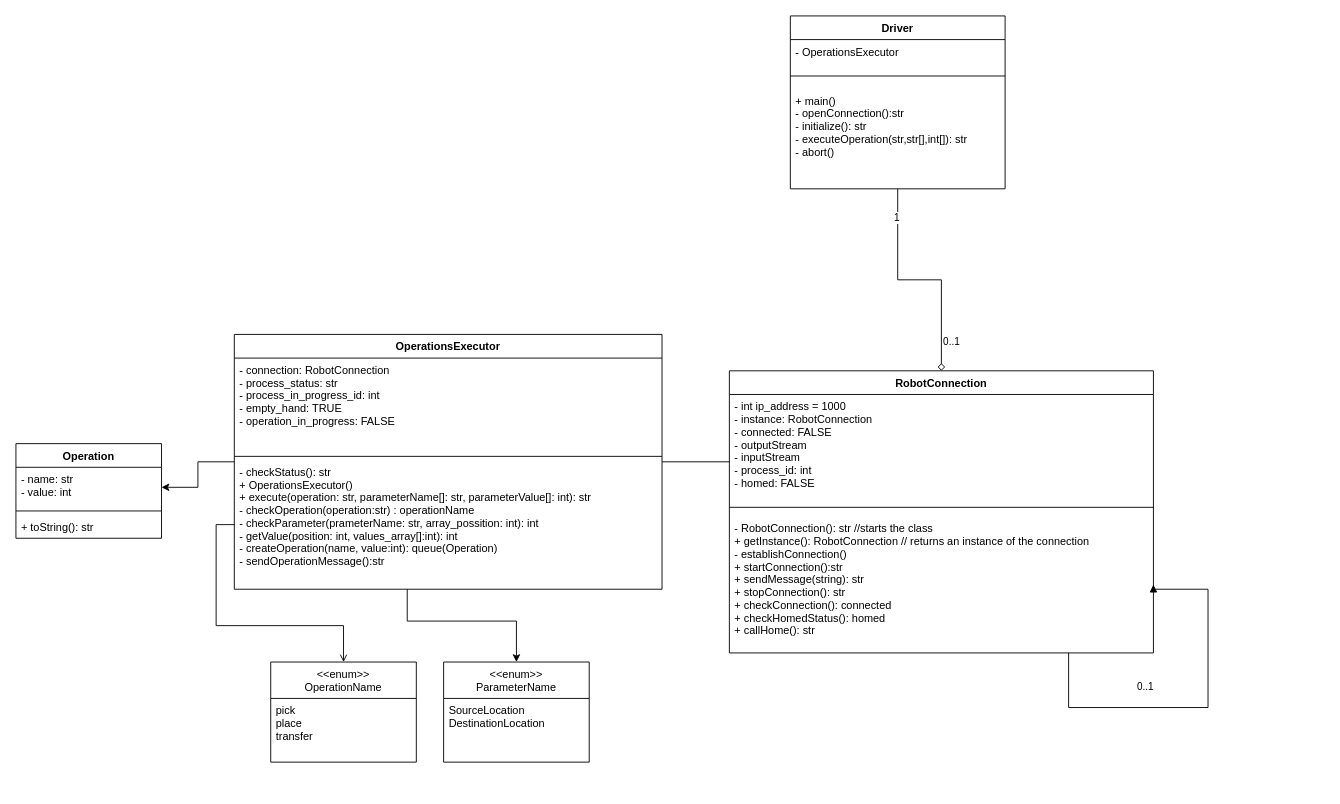
Above: Documentation/Driver Class Diagram.drawio in CristinaRiveraV/MockRobot_Device_Driver (draw.io), before the change. Source tidied: cells renumbered, new cells numbered last; positions are measured from the earlier drawing's top-left corner, leaving out a move shared by most shapes. Both pictures are drawn from the tidied source at 91%, with x=0, y=0 at pixel (15, 15).
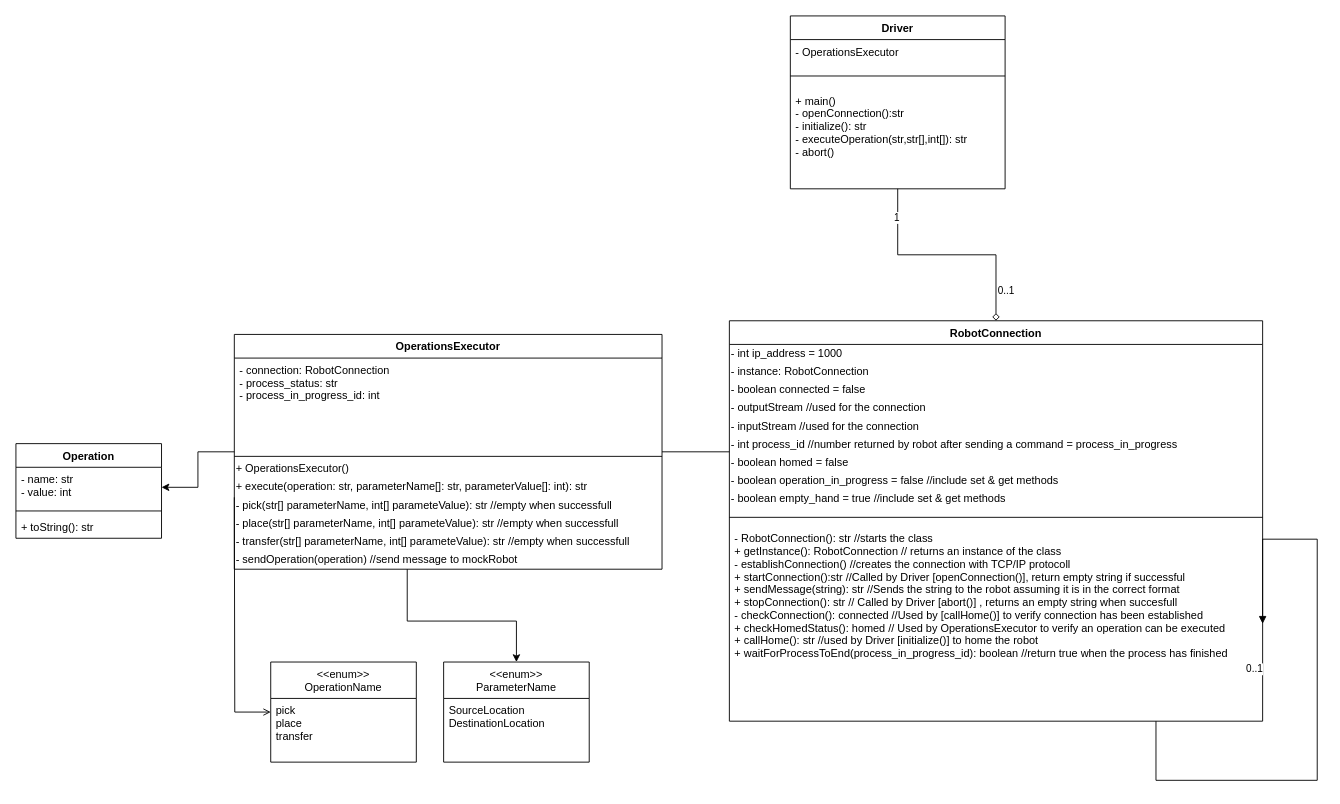
After the change.

The change refers to these unchanged cells:
```xml
<mxCell id="23" value="&lt;&lt;enum&gt;&gt;&#10;OperationName" style="swimlane;fontStyle=0;horizontal=1;startSize=40;fillColor=none;" parent="1" vertex="1">
  <mxGeometry x="280" y="710" width="160" height="110" as="geometry" />
</mxCell>
```

The edit, as a diff of the source:
```diff
@@
     <mxCell id="6" value="RobotConnection" style="swimlane;fontStyle=1;align=center;verticalAlign=top;horizontal=1;startSize=26;" parent="1" vertex="1">
-      <mxGeometry x="784" y="390" width="466" height="310" as="geometry" />
+      <mxGeometry x="784" y="335" width="586" height="440" as="geometry" />
     </mxCell>
-    <mxCell id="7" value="- int ip_address = 1000&#10;- instance: RobotConnection&#10;- connected: FALSE &#10;- outputStream&#10;- inputStream &#10;- process_id: int&#10;- homed: FALSE" style="text;strokeColor=none;fillColor=none;align=left;verticalAlign=top;spacingLeft=4;spacingRight=4;overflow=hidden;" parent="6" vertex="1">
-      <mxGeometry y="26" width="466" height="114" as="geometry" />
-    </mxCell>
+    <mxCell id="31" value="&lt;span style=&quot;&quot;&gt;- int ip_address = 1000&lt;/span&gt;" style="text;html=1;strokeColor=none;fillColor=none;align=left;verticalAlign=middle;whiteSpace=wrap;rounded=0;labelBackgroundColor=none;" parent="6" vertex="1">
+      <mxGeometry y="26" width="586" height="20" as="geometry" />
+    </mxCell>
+    <mxCell id="32" value="&lt;span style=&quot;&quot;&gt;- instance: RobotConnection&lt;/span&gt;" style="text;html=1;strokeColor=none;fillColor=none;align=left;verticalAlign=middle;whiteSpace=wrap;rounded=0;labelBackgroundColor=none;" parent="6" vertex="1">
+      <mxGeometry y="46" width="586" height="20" as="geometry" />
+    </mxCell>
+    <mxCell id="33" value="&lt;span&gt;- boolean connected = false&lt;/span&gt;" style="text;html=1;strokeColor=none;fillColor=none;align=left;verticalAlign=middle;whiteSpace=wrap;rounded=0;labelBackgroundColor=none;" parent="6" vertex="1">
+      <mxGeometry y="66" width="586" height="20" as="geometry" />
+    </mxCell>
+    <mxCell id="34" value="&lt;span&gt;- outputStream //used for the connection&lt;/span&gt;" style="text;html=1;strokeColor=none;fillColor=none;align=left;verticalAlign=middle;whiteSpace=wrap;rounded=0;labelBackgroundColor=none;" parent="6" vertex="1">
+      <mxGeometry y="86" width="586" height="20" as="geometry" />
+    </mxCell>
+    <mxCell id="35" value="&lt;span&gt;- inputStream //used for the connection&lt;/span&gt;" style="text;html=1;strokeColor=none;fillColor=none;align=left;verticalAlign=middle;whiteSpace=wrap;rounded=0;labelBackgroundColor=none;" parent="6" vertex="1">
+      <mxGeometry y="106" width="586" height="20" as="geometry" />
+    </mxCell>
+    <mxCell id="36" value="&lt;span&gt;- int process_id //number returned by robot after sending a command = process_in_progress&lt;/span&gt;" style="text;html=1;strokeColor=none;fillColor=none;align=left;verticalAlign=middle;whiteSpace=wrap;rounded=0;labelBackgroundColor=none;" parent="6" vertex="1">
+      <mxGeometry y="126" width="586" height="20" as="geometry" />
+    </mxCell>
+    <mxCell id="37" value="&lt;span&gt;- boolean homed = false&lt;/span&gt;" style="text;html=1;strokeColor=none;fillColor=none;align=left;verticalAlign=middle;whiteSpace=wrap;rounded=0;labelBackgroundColor=none;" parent="6" vertex="1">
+      <mxGeometry y="146" width="586" height="20" as="geometry" />
+    </mxCell>
+    <mxCell id="38" value="&lt;span&gt;- boolean&amp;nbsp;&lt;/span&gt;&lt;span&gt;operation_in_progress = false //include set &amp;amp; get methods&lt;/span&gt;" style="text;html=1;strokeColor=none;fillColor=none;align=left;verticalAlign=middle;whiteSpace=wrap;rounded=0;labelBackgroundColor=none;" parent="6" vertex="1">
+      <mxGeometry y="166" width="586" height="20" as="geometry" />
+    </mxCell>
+    <mxCell id="39" value="&lt;span&gt;- boolean&amp;nbsp;&lt;/span&gt;empty_hand = true&amp;nbsp;&lt;span&gt;//include set &amp;amp; get methods&lt;/span&gt;" style="text;html=1;strokeColor=none;fillColor=none;align=left;verticalAlign=middle;whiteSpace=wrap;rounded=0;labelBackgroundColor=none;" parent="6" vertex="1">
+      <mxGeometry y="186" width="586" height="20" as="geometry" />
+    </mxCell>
     <mxCell id="8" style="line;strokeWidth=1;fillColor=none;align=left;verticalAlign=middle;spacingTop=-1;spacingLeft=3;spacingRight=3;labelPosition=right;" parent="6" vertex="1">
-      <mxGeometry y="140" width="466" height="20" as="geometry" />
+      <mxGeometry y="206" width="586" height="20" as="geometry" />
     </mxCell>
-    <mxCell id="9" value="- RobotConnection(): str //starts the class &#10;+ getInstance(): RobotConnection // returns an instance of the connection&#10;- establishConnection()&#10;+ startConnection():str&#10;+ sendMessage(string): str&#10;+ stopConnection(): str&#10;+ checkConnection(): connected&#10;+ checkHomedStatus(): homed&#10;+ callHome(): str" style="text;strokeColor=none;fillColor=none;align=left;verticalAlign=top;spacingLeft=4;spacingRight=4;overflow=hidden;points=[[0,0.5],[1,0.5]];portConstraint=eastwest;" parent="6" vertex="1">
-      <mxGeometry y="160" width="466" height="150" as="geometry" />
+    <mxCell id="9" value="- RobotConnection(): str //starts the class &#10;+ getInstance(): RobotConnection // returns an instance of the class&#10;- establishConnection() //creates the connection with TCP/IP protocoll&#10;+ startConnection():str //Called by Driver [openConnection()], return empty string if successful&#10;+ sendMessage(string): str //Sends the string to the robot assuming it is in the correct format&#10;+ stopConnection(): str // Called by Driver [abort()] , returns an empty string when succesfull&#10;- checkConnection(): connected //Used by [callHome()] to verify connection has been established&#10;+ checkHomedStatus(): homed // Used by OperationsExecutor to verify an operation can be executed&#10;+ callHome(): str //used by Driver [initialize()] to home the robot&#10;+ waitForProcessToEnd(process_in_progress_id): boolean //return true when the process has finished" style="text;strokeColor=none;fillColor=none;align=left;verticalAlign=top;spacingLeft=4;spacingRight=4;overflow=hidden;points=[[0,0.5],[1,0.5]];portConstraint=eastwest;labelBackgroundColor=none;" parent="6" vertex="1">
+      <mxGeometry y="226" width="586" height="214" as="geometry" />
     </mxCell>
     <mxCell id="10" style="edgeStyle=orthogonalEdgeStyle;rounded=0;orthogonalLoop=1;jettySize=auto;html=1;endArrow=block;endFill=1;entryX=1;entryY=0.5;entryDx=0;entryDy=0;exitX=0.8;exitY=1;exitDx=0;exitDy=0;exitPerimeter=0;" parent="6" edge="1" source="9" target="9">
       <mxGeometry relative="1" as="geometry">
         <Array as="points">
-          <mxPoint x="373" y="370" />
-          <mxPoint x="526" y="370" />
-          <mxPoint x="526" y="240" />
-          <mxPoint x="466" y="240" />
+          <mxPoint x="469" y="505" />
+          <mxPoint x="646" y="505" />
+          <mxPoint x="646" y="240" />
+          <mxPoint x="586" y="240" />
         </Array>
       </mxGeometry>
     </mxCell>
@@
     <mxCell id="18" value="OperationsExecutor" style="swimlane;fontStyle=1;align=center;verticalAlign=top;horizontal=1;startSize=26;" parent="1" vertex="1">
-      <mxGeometry x="240" y="350" width="470" height="280" as="geometry" />
+      <mxGeometry x="240" y="350" width="470" height="258" as="geometry" />
     </mxCell>
-    <mxCell id="19" value="- connection: RobotConnection&#10;- process_status: str&#10;- process_in_progress_id: int&#10;- empty_hand: TRUE &#10;- operation_in_progress: FALSE" style="text;strokeColor=none;fillColor=none;align=left;verticalAlign=top;spacingLeft=4;spacingRight=4;overflow=hidden;" parent="18" vertex="1">
+    <mxCell id="19" value="- connection: RobotConnection&#10;- process_status: str&#10;- process_in_progress_id: int&#10;" style="text;strokeColor=none;fillColor=none;align=left;verticalAlign=top;spacingLeft=4;spacingRight=4;overflow=hidden;" parent="18" vertex="1">
       <mxGeometry y="26" width="470" height="104" as="geometry" />
     </mxCell>
@@
-    <mxCell id="21" value="- checkStatus(): str&#10;+ OperationsExecutor()&#10;+ execute(operation: str, parameterName[]: str, parameterValue[]: int): str&#10;- checkOperation(operation:str) : operationName&#10;- checkParameter(prameterName: str, array_possition: int): int &#10;- getValue(position: int, values_array[]:int): int&#10;- createOperation(name, value:int): queue(Operation)&#10;- sendOperationMessage():str " style="text;strokeColor=none;fillColor=none;align=left;verticalAlign=top;spacingLeft=4;spacingRight=4;overflow=hidden;points=[[0,0.5],[1,0.5]];portConstraint=eastwest;" parent="18" vertex="1">
-      <mxGeometry y="138" width="470" height="142" as="geometry" />
-    </mxCell>
+    <mxCell id="40" value="+ OperationsExecutor()" style="text;html=1;strokeColor=none;fillColor=none;align=left;verticalAlign=middle;whiteSpace=wrap;rounded=0;labelBackgroundColor=none;" parent="18" vertex="1">
+      <mxGeometry y="138" width="470" height="20" as="geometry" />
+    </mxCell>
+    <mxCell id="41" value="&lt;span&gt;+ execute(operation: str, parameterName[]: str, parameterValue[]: int): str&lt;/span&gt;" style="text;html=1;strokeColor=none;fillColor=none;align=left;verticalAlign=middle;whiteSpace=wrap;rounded=0;labelBackgroundColor=none;" parent="18" vertex="1">
+      <mxGeometry y="158" width="470" height="20" as="geometry" />
+    </mxCell>
+    <mxCell id="42" value="&lt;span&gt;- pick(str[] parameterName, int[] parameteValue): str //empty when successfull&lt;/span&gt;" style="text;html=1;strokeColor=none;fillColor=none;align=left;verticalAlign=middle;whiteSpace=wrap;rounded=0;labelBackgroundColor=none;" parent="18" vertex="1">
+      <mxGeometry y="178" width="470" height="20" as="geometry" />
+    </mxCell>
+    <mxCell id="43" value="&lt;span&gt;- place(str[] parameterName, int[] parameteValue): str //empty when successfull&lt;/span&gt;" style="text;html=1;strokeColor=none;fillColor=none;align=left;verticalAlign=middle;whiteSpace=wrap;rounded=0;labelBackgroundColor=none;" parent="18" vertex="1">
+      <mxGeometry y="198" width="470" height="20" as="geometry" />
+    </mxCell>
+    <mxCell id="44" value="&lt;span&gt;- transfer(str[] parameterName, int[] parameteValue): str //empty when successfull&lt;/span&gt;" style="text;html=1;strokeColor=none;fillColor=none;align=left;verticalAlign=middle;whiteSpace=wrap;rounded=0;labelBackgroundColor=none;" parent="18" vertex="1">
+      <mxGeometry y="218" width="470" height="20" as="geometry" />
+    </mxCell>
+    <mxCell id="45" value="- sendOperation(operation) //send message to mockRobot" style="text;html=1;strokeColor=none;fillColor=none;align=left;verticalAlign=middle;whiteSpace=wrap;rounded=0;labelBackgroundColor=none;" parent="18" vertex="1">
+      <mxGeometry y="238" width="470" height="20" as="geometry" />
+    </mxCell>
-    <mxCell id="22" style="edgeStyle=orthogonalEdgeStyle;rounded=0;jettySize=auto;html=1;endArrow=none;endFill=0;startArrow=open;startFill=0;entryX=0;entryY=0.5;entryDx=0;entryDy=0;" parent="1" edge="1" source="23" target="21">
-      <mxGeometry relative="1" as="geometry" />
+    <mxCell id="22" style="edgeStyle=orthogonalEdgeStyle;rounded=0;jettySize=auto;html=1;endArrow=none;endFill=0;startArrow=open;startFill=0;entryX=0;entryY=0.5;entryDx=0;entryDy=0;" parent="1" edge="1" source="23">
+      <mxGeometry relative="1" as="geometry">
+        <mxPoint x="240" y="529" as="targetPoint" />
+      </mxGeometry>
     </mxCell>
```
